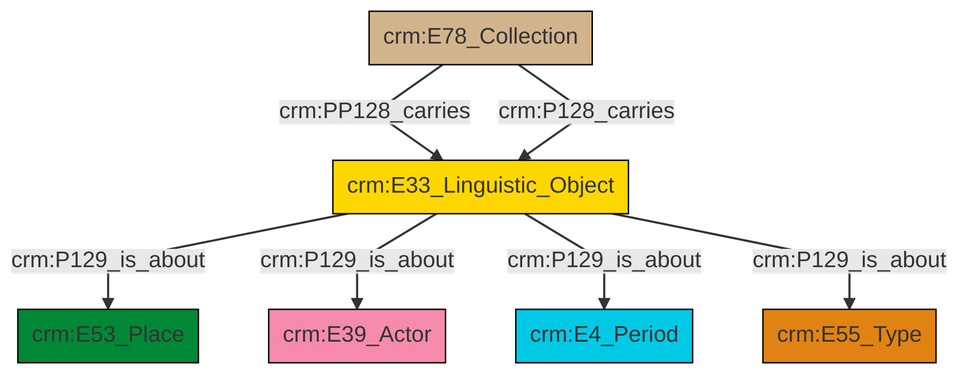
The Mermaid diagram et/archivalCSV/ttl/mmd/png/archival_aboutness.png in swiss-art-research-net/docs.swissartresearch, before a commit. Its source is kept beside it as et/archivalCSV/ttl/mmd/archival_aboutness.ttl.mmd.
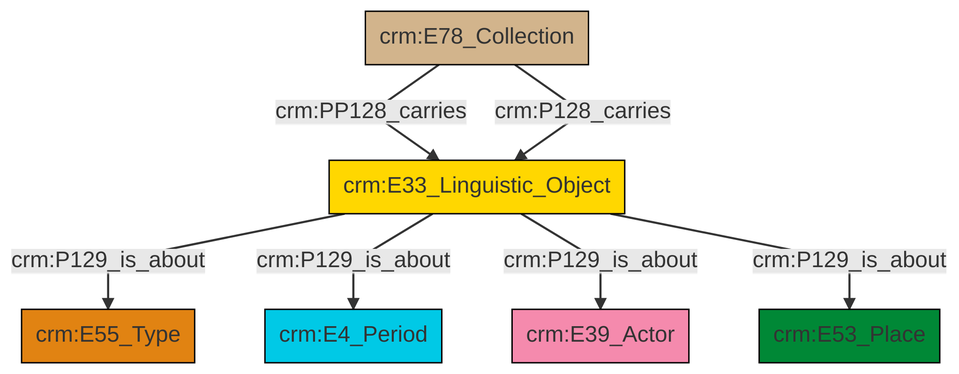
Above is the later version.

The edit, as a diff of the source:
```diff
@@ -13,9 +13,9 @@
 classDef PC_Classes fill:#4ce600, stroke:#000000;
 classDef Multi fill:#cccccc,stroke:#000000;
 
-0["crm:E33_Linguistic_Object"]:::Conceptual_Object -->|crm:P129_is_about| 1["crm:E53_Place"]:::Place
-0["crm:E33_Linguistic_Object"]:::Conceptual_Object -->|crm:P129_is_about| 3["crm:E39_Actor"]:::Actor
-0["crm:E33_Linguistic_Object"]:::Conceptual_Object -->|crm:P129_is_about| 6["crm:E4_Period"]:::Temporal_Entity
-8["crm:E78_Collection"]:::Physical_Thing -->|crm:PP128_carries| 0["crm:E33_Linguistic_Object"]:::Conceptual_Object
-8["crm:E78_Collection"]:::Physical_Thing -->|crm:P128_carries| 0["crm:E33_Linguistic_Object"]:::Conceptual_Object
-0["crm:E33_Linguistic_Object"]:::Conceptual_Object -->|crm:P129_is_about| 4["crm:E55_Type"]:::Type
+0["crm:E33_Linguistic_Object"]:::Conceptual_Object -->|crm:P129_is_about| 1["crm:E55_Type"]:::Type
+0["crm:E33_Linguistic_Object"]:::Conceptual_Object -->|crm:P129_is_about| 4["crm:E4_Period"]:::Temporal_Entity
+2["crm:E78_Collection"]:::Physical_Thing -->|crm:PP128_carries| 0["crm:E33_Linguistic_Object"]:::Conceptual_Object
+0["crm:E33_Linguistic_Object"]:::Conceptual_Object -->|crm:P129_is_about| 9["crm:E39_Actor"]:::Actor
+2["crm:E78_Collection"]:::Physical_Thing -->|crm:P128_carries| 0["crm:E33_Linguistic_Object"]:::Conceptual_Object
+0["crm:E33_Linguistic_Object"]:::Conceptual_Object -->|crm:P129_is_about| 7["crm:E53_Place"]:::Place
```
